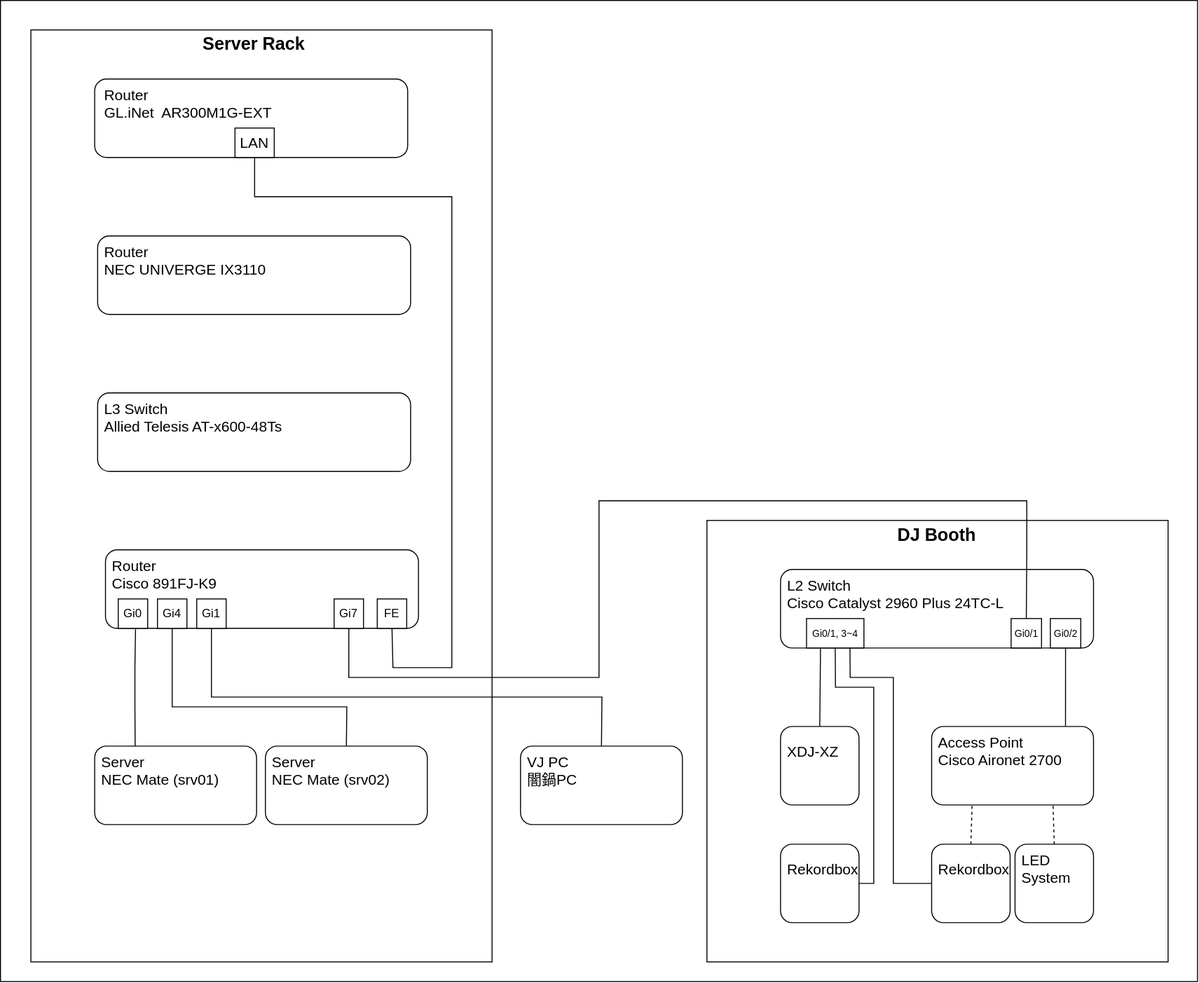
This is network/design/clubroom.drawio.svg from TechnoTUT/Infrastructure, a draw.io export, as it was before one commit. Source tidied: cells renumbered, new cells last; positions are measured from the earlier drawing's top-left corner, leaving out a move shared by most shapes.
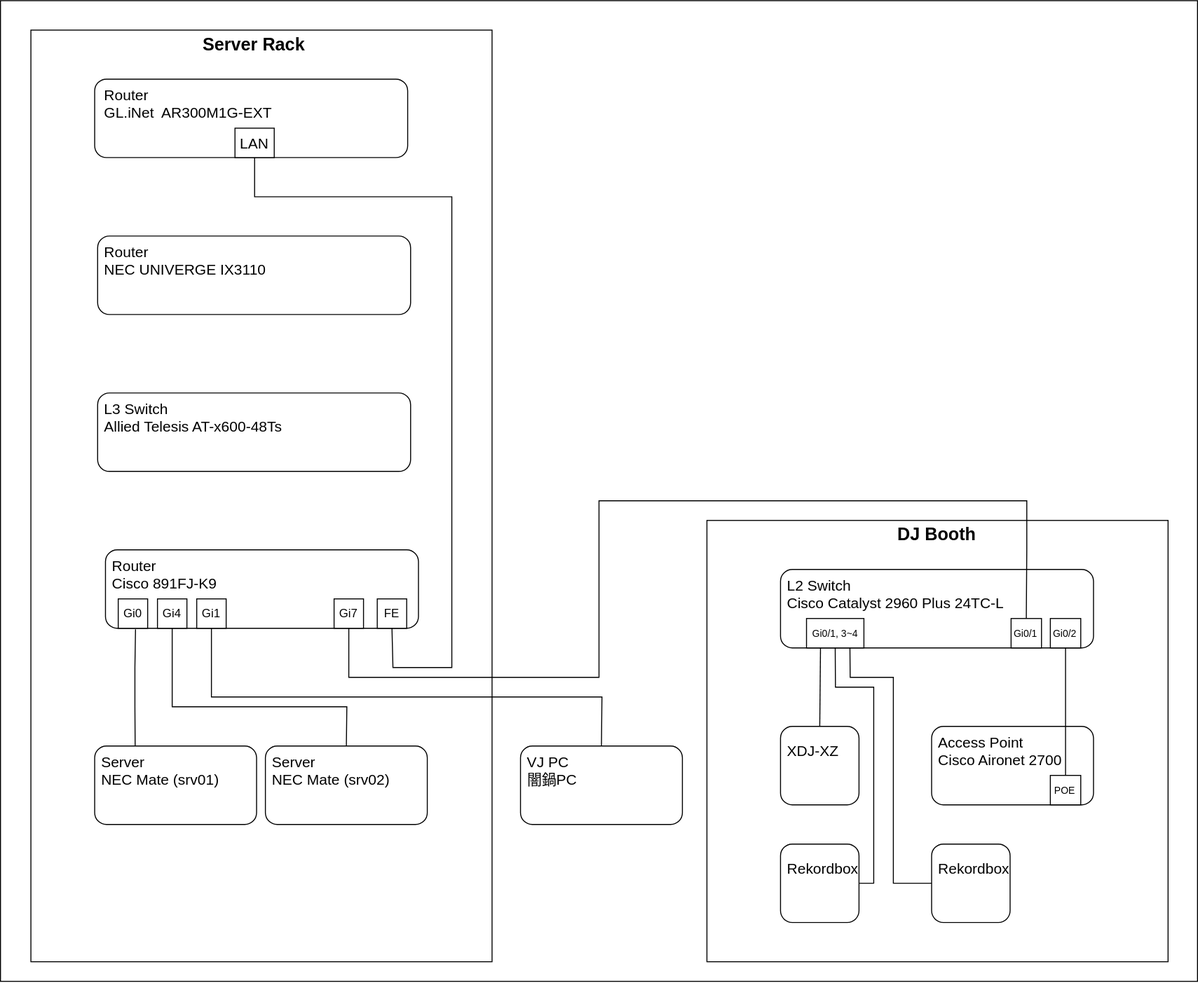
Above is the later version.

The edit, as a diff of the source:
```diff
@@ -62,7 +62,7 @@
     <mxCell id="21" value="Access Point&lt;br&gt;Cisco Aironet 2700" style="text;html=1;strokeColor=none;fillColor=none;align=left;verticalAlign=middle;whiteSpace=wrap;rounded=0;fontStyle=0;fontSize=15;" parent="1" vertex="1">
       <mxGeometry x="954" y="750" width="140" height="30" as="geometry" />
     </mxCell>
-    <mxCell id="22" style="endArrow=none;html=1;rounded=0;fontSize=10;entryX=0.5;entryY=1;entryDx=0;entryDy=0;exitX=0.827;exitY=-0.002;exitDx=0;exitDy=0;exitPerimeter=0;" parent="1" edge="1" source="4" target="20">
+    <mxCell id="22" style="endArrow=none;html=1;rounded=0;fontSize=10;entryX=0.5;entryY=1;entryDx=0;entryDy=0;exitX=0.5;exitY=0;exitDx=0;exitDy=0;" parent="1" edge="1" source="63" target="20">
       <mxGeometry relative="1" as="geometry" />
     </mxCell>
     <mxCell id="23" style="rounded=1;whiteSpace=wrap;html=1;" parent="1" vertex="1">
@@ -119,18 +119,6 @@
     <mxCell id="36" value="DJ Booth" style="text;html=1;strokeColor=none;fillColor=none;align=center;verticalAlign=middle;whiteSpace=wrap;rounded=0;fontSize=18;fontStyle=1;" parent="1" vertex="1">
       <mxGeometry x="887" y="530" width="135" height="30" as="geometry" />
     </mxCell>
-    <mxCell id="37" style="rounded=1;whiteSpace=wrap;html=1;" parent="1" vertex="1">
-      <mxGeometry x="1034" y="860" width="80" height="80" as="geometry" />
-    </mxCell>
-    <mxCell id="38" value="LED System" style="text;html=1;strokeColor=none;fillColor=none;align=left;verticalAlign=middle;whiteSpace=wrap;rounded=0;fontStyle=0;fontSize=15;" parent="1" vertex="1">
-      <mxGeometry x="1039" y="870" width="65" height="30" as="geometry" />
-    </mxCell>
-    <mxCell id="39" style="endArrow=none;dashed=1;html=1;rounded=0;entryX=0.75;entryY=1;entryDx=0;entryDy=0;exitX=0.5;exitY=0;exitDx=0;exitDy=0;" parent="1" edge="1" source="37" target="4">
-      <mxGeometry relative="1" as="geometry" />
-    </mxCell>
-    <mxCell id="40" style="endArrow=none;dashed=1;html=1;rounded=0;entryX=0.25;entryY=1;entryDx=0;entryDy=0;exitX=0.5;exitY=0;exitDx=0;exitDy=0;" parent="1" edge="1" source="29" target="4">
-      <mxGeometry relative="1" as="geometry" />
-    </mxCell>
     <mxCell id="41" style="rounded=1;whiteSpace=wrap;html=1;" parent="1" vertex="1">
       <mxGeometry x="107" y="560" width="319" height="80" as="geometry" />
     </mxCell>
@@ -224,5 +212,11 @@
     <mxCell id="61" value="Gi1" style="text;html=1;strokeColor=none;fillColor=none;align=center;verticalAlign=middle;whiteSpace=wrap;rounded=0;fontSize=12;" parent="1" vertex="1">
       <mxGeometry x="200" y="610" width="30" height="30" as="geometry" />
     </mxCell>
+    <mxCell id="62" style="rounded=0;whiteSpace=wrap;html=1;fontSize=15;" parent="1" vertex="1">
+      <mxGeometry x="1070" y="790" width="31" height="30" as="geometry" />
+    </mxCell>
+    <mxCell id="63" value="POE" style="text;html=1;strokeColor=none;fillColor=none;align=center;verticalAlign=middle;whiteSpace=wrap;rounded=0;fontSize=10;" parent="1" vertex="1">
+      <mxGeometry x="1068.5" y="790" width="34" height="30" as="geometry" />
+    </mxCell>
   </root>
 </mxGraphModel>
```
